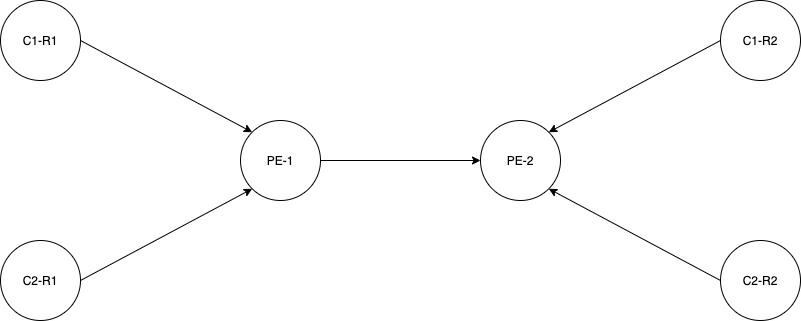
Earlier version of the draw.io export source/_posts/mpls-simple/mpls-simple.drawio.png (martyrsmith/martyrsmith.github.io). Source tidied: cells renumbered, new cells last; positions are measured from the earlier drawing's top-left corner, leaving out a move shared by most shapes.
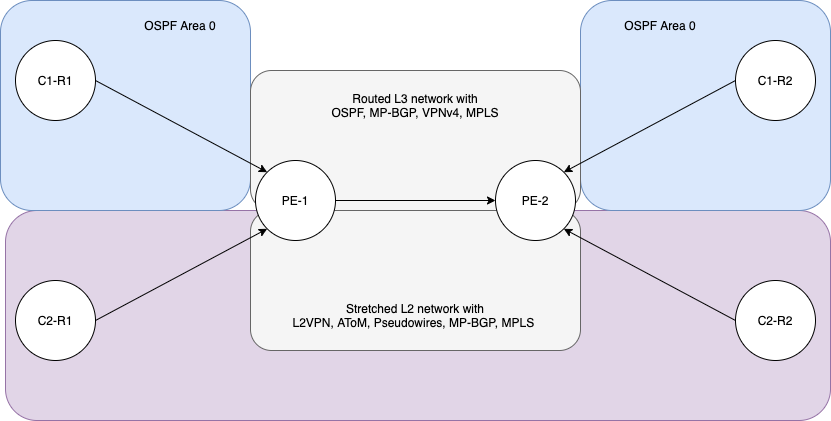
After the change.

What changed in the source:
```diff
@@ -2,6 +2,21 @@
   <root>
     <mxCell id="0" />
     <mxCell id="1" parent="0" />
+    <mxCell id="13" style="rounded=1;whiteSpace=wrap;html=1;fillColor=#e1d5e7;strokeColor=#9673a6;" parent="1" vertex="1">
+      <mxGeometry x="-10" y="170" width="825" height="210" as="geometry" />
+    </mxCell>
+    <mxCell id="14" style="rounded=1;whiteSpace=wrap;html=1;fillColor=#f5f5f5;strokeColor=#666666;fontColor=#333333;" parent="1" vertex="1">
+      <mxGeometry x="235" y="170" width="330" height="140" as="geometry" />
+    </mxCell>
+    <mxCell id="15" style="rounded=1;whiteSpace=wrap;html=1;fillColor=#dae8fc;strokeColor=#6c8ebf;" parent="1" vertex="1">
+      <mxGeometry x="565" y="-40" width="250" height="210" as="geometry" />
+    </mxCell>
+    <mxCell id="16" style="rounded=1;whiteSpace=wrap;html=1;fillColor=#dae8fc;strokeColor=#6c8ebf;" parent="1" vertex="1">
+      <mxGeometry x="-15" y="-40" width="250" height="210" as="geometry" />
+    </mxCell>
+    <mxCell id="17" style="rounded=1;whiteSpace=wrap;html=1;fillColor=#f5f5f5;strokeColor=#666666;fontColor=#333333;" parent="1" vertex="1">
+      <mxGeometry x="235" y="30" width="330" height="140" as="geometry" />
+    </mxCell>
     <mxCell id="2" style="edgeStyle=none;rounded=0;jettySize=auto;html=1;exitX=1;exitY=0.5;exitDx=0;exitDy=0;entryX=0;entryY=0.5;entryDx=0;entryDy=0;elbow=vertical;" parent="1" edge="1" source="3" target="4">
       <mxGeometry relative="1" as="geometry" />
     </mxCell>
@@ -35,5 +50,17 @@
     <mxCell id="12" value="C1-R2" style="ellipse;whiteSpace=wrap;html=1;" parent="1" vertex="1">
       <mxGeometry x="720" width="80" height="80" as="geometry" />
     </mxCell>
+    <mxCell id="18" value="OSPF Area 0" style="text;html=1;strokeColor=none;fillColor=none;align=center;verticalAlign=middle;whiteSpace=wrap;rounded=0;" parent="1" vertex="1">
+      <mxGeometry x="125" y="-30" width="80" height="30" as="geometry" />
+    </mxCell>
+    <mxCell id="19" value="OSPF Area 0" style="text;html=1;strokeColor=none;fillColor=none;align=center;verticalAlign=middle;whiteSpace=wrap;rounded=0;" parent="1" vertex="1">
+      <mxGeometry x="605" y="-30" width="80" height="30" as="geometry" />
+    </mxCell>
+    <mxCell id="20" value="Stretched L2 network with&lt;br&gt;L2VPN, AToM, Pseudowires, MP-BGP, MPLS&amp;nbsp;" style="text;html=1;strokeColor=none;fillColor=none;align=center;verticalAlign=middle;whiteSpace=wrap;rounded=0;" parent="1" vertex="1">
+      <mxGeometry x="270" y="240" width="260" height="70" as="geometry" />
+    </mxCell>
+    <mxCell id="21" value="Routed L3 network with&lt;br&gt;OSPF, MP-BGP, VPNv4, MPLS" style="text;html=1;strokeColor=none;fillColor=none;align=center;verticalAlign=middle;whiteSpace=wrap;rounded=0;" parent="1" vertex="1">
+      <mxGeometry x="305" y="30" width="190" height="70" as="geometry" />
+    </mxCell>
   </root>
 </mxGraphModel>
```
